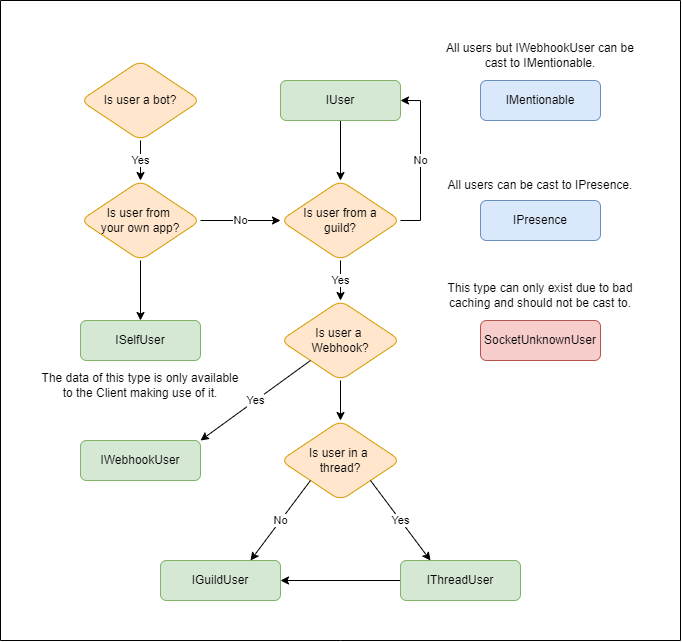
Before: docs/guides/entities/images/IUser.png, a diagram exported from draw.io (discord-net/Discord.Net). Source tidied: cells renumbered, new cells last; positions are measured from the earlier drawing's top-left corner, leaving out a move shared by most shapes.
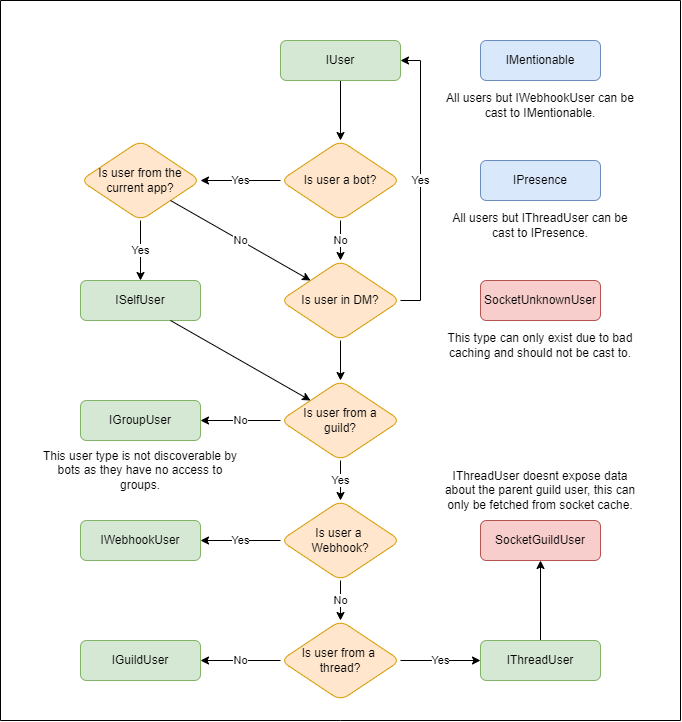
Later version of the same file.

Commit message:
Edits to user chart

Diff of the diagram source:
```diff
@@ -2,9 +2,9 @@
   <root>
     <mxCell id="0" />
     <mxCell id="1" parent="0" />
-    <mxCell id="2" style="edgeStyle=orthogonalEdgeStyle;rounded=0;jettySize=auto;html=1;" parent="1" edge="1" source="3" target="6">
-      <mxGeometry relative="1" as="geometry" />
-    </mxCell>
+    <mxCell id="34" style="edgeStyle=orthogonalEdgeStyle;rounded=0;jettySize=auto;html=1;" parent="1" edge="1" source="3" target="12">
+      <mxGeometry relative="1" as="geometry" />
+    </mxCell>
     <mxCell id="3" value="IUser" style="rounded=1;whiteSpace=wrap;html=1;fontSize=12;glass=0;strokeWidth=1;shadow=0;fillColor=#d5e8d4;strokeColor=#82b366;" parent="1" vertex="1">
       <mxGeometry x="280" y="80" width="120" height="40" as="geometry" />
     </mxCell>
@@ -14,11 +14,14 @@
     <mxCell id="5" value="Yes" style="edgeStyle=orthogonalEdgeStyle;rounded=0;jettySize=auto;html=1;" parent="1" edge="1" source="6" target="17">
       <mxGeometry relative="1" as="geometry" />
     </mxCell>
+    <mxCell id="35" value="No" style="edgeStyle=orthogonalEdgeStyle;rounded=0;jettySize=auto;html=1;" parent="1" edge="1" source="6" target="43">
+      <mxGeometry relative="1" as="geometry" />
+    </mxCell>
     <mxCell id="6" value="Is user from a&lt;br&gt;guild?" style="rhombus;whiteSpace=wrap;html=1;rounded=1;glass=0;strokeWidth=1;shadow=0;fillColor=#ffe6cc;strokeColor=#d79b00;" parent="1" vertex="1">
-      <mxGeometry x="280" y="180" width="120" height="80" as="geometry" />
+      <mxGeometry x="280" y="420" width="120" height="80" as="geometry" />
     </mxCell>
     <mxCell id="7" value="IGuildUser" style="whiteSpace=wrap;html=1;rounded=1;glass=0;strokeWidth=1;shadow=0;fillColor=#d5e8d4;strokeColor=#82b366;" parent="1" vertex="1">
-      <mxGeometry x="160" y="560" width="120" height="40" as="geometry" />
+      <mxGeometry x="80" y="680" width="120" height="40" as="geometry" />
     </mxCell>
     <mxCell id="8" value="ISelfUser" style="whiteSpace=wrap;html=1;rounded=1;glass=0;strokeWidth=1;shadow=0;fillColor=#d5e8d4;strokeColor=#82b366;" parent="1" vertex="1">
       <mxGeometry x="80" y="320" width="120" height="40" as="geometry" />
@@ -26,96 +29,113 @@
     <mxCell id="9" value="IPresence" style="rounded=1;whiteSpace=wrap;html=1;fontSize=12;glass=0;strokeWidth=1;shadow=0;fillColor=#dae8fc;strokeColor=#6c8ebf;" parent="1" vertex="1">
       <mxGeometry x="480" y="200" width="120" height="40" as="geometry" />
     </mxCell>
-    <mxCell id="10" value="No" style="edgeStyle=orthogonalEdgeStyle;rounded=0;jettySize=auto;html=1;entryX=1;entryY=0.5;entryDx=0;entryDy=0;exitX=1;exitY=0.5;exitDx=0;exitDy=0;" parent="1" edge="1" source="6" target="3">
-      <mxGeometry relative="1" as="geometry" />
-    </mxCell>
+    <mxCell id="36" value="No" style="edgeStyle=orthogonalEdgeStyle;rounded=0;jettySize=auto;html=1;" parent="1" edge="1" source="12" target="42">
+      <mxGeometry relative="1" as="geometry" />
+    </mxCell>
     <mxCell id="11" value="Yes" style="edgeStyle=orthogonalEdgeStyle;rounded=0;jettySize=auto;html=1;" parent="1" edge="1" source="12" target="15">
       <mxGeometry relative="1" as="geometry" />
     </mxCell>
     <mxCell id="12" value="Is user a bot?" style="rhombus;whiteSpace=wrap;html=1;rounded=1;glass=0;strokeWidth=1;shadow=0;fillColor=#ffe6cc;strokeColor=#d79b00;" parent="1" vertex="1">
-      <mxGeometry x="80" y="60" width="120" height="80" as="geometry" />
+      <mxGeometry x="280" y="180" width="120" height="80" as="geometry" />
     </mxCell>
-    <mxCell id="13" style="edgeStyle=orthogonalEdgeStyle;rounded=0;jettySize=auto;html=1;" parent="1" edge="1" source="15" target="8">
-      <mxGeometry relative="1" as="geometry">
-        <Array as="points">
-          <mxPoint x="140" y="220" />
-        </Array>
-      </mxGeometry>
+    <mxCell id="13" value="Yes" style="edgeStyle=orthogonalEdgeStyle;rounded=0;jettySize=auto;html=1;" parent="1" edge="1" source="15" target="8">
+      <mxGeometry relative="1" as="geometry" />
     </mxCell>
-    <mxCell id="14" value="No" style="edgeStyle=orthogonalEdgeStyle;rounded=0;jettySize=auto;html=1;" parent="1" edge="1" source="15" target="6">
-      <mxGeometry relative="1" as="geometry" />
-    </mxCell>
-    <mxCell id="15" value="Is user from &lt;br&gt;your own app?" style="rhombus;whiteSpace=wrap;html=1;rounded=1;glass=0;strokeWidth=1;shadow=0;fillColor=#ffe6cc;strokeColor=#d79b00;" parent="1" vertex="1">
+    <mxCell id="15" value="Is user from the current app?" style="rhombus;whiteSpace=wrap;html=1;rounded=1;glass=0;strokeWidth=1;shadow=0;fillColor=#ffe6cc;strokeColor=#d79b00;" parent="1" vertex="1">
       <mxGeometry x="80" y="180" width="120" height="80" as="geometry" />
     </mxCell>
+    <mxCell id="26" value="Yes" style="edgeStyle=orthogonalEdgeStyle;rounded=0;jettySize=auto;html=1;" parent="1" edge="1" source="17" target="18">
+      <mxGeometry relative="1" as="geometry" />
+    </mxCell>
-    <mxCell id="16" style="edgeStyle=orthogonalEdgeStyle;rounded=0;jettySize=auto;html=1;" parent="1" edge="1" source="17" target="31">
+    <mxCell id="16" value="No" style="edgeStyle=orthogonalEdgeStyle;rounded=0;jettySize=auto;html=1;" parent="1" edge="1" source="17" target="31">
       <mxGeometry relative="1" as="geometry" />
     </mxCell>
     <mxCell id="17" value="Is user a &lt;br&gt;Webhook?" style="rhombus;whiteSpace=wrap;html=1;rounded=1;glass=0;strokeWidth=1;shadow=0;fillColor=#ffe6cc;strokeColor=#d79b00;" parent="1" vertex="1">
-      <mxGeometry x="280" y="300" width="120" height="80" as="geometry" />
+      <mxGeometry x="280" y="540" width="120" height="80" as="geometry" />
     </mxCell>
     <mxCell id="18" value="IWebhookUser" style="whiteSpace=wrap;html=1;fillColor=#d5e8d4;strokeColor=#82b366;rounded=1;glass=0;strokeWidth=1;shadow=0;" parent="1" vertex="1">
-      <mxGeometry x="80" y="440" width="120" height="40" as="geometry" />
+      <mxGeometry x="80" y="560" width="120" height="40" as="geometry" />
     </mxCell>
     <mxCell id="19" value="All users but IWebhookUser can be cast to IMentionable." style="text;html=1;strokeColor=none;fillColor=none;align=center;verticalAlign=middle;whiteSpace=wrap;rounded=0;" parent="1" vertex="1">
-      <mxGeometry x="440" y="40" width="200" height="30" as="geometry" />
+      <mxGeometry x="440" y="130" width="200" height="30" as="geometry" />
     </mxCell>
-    <mxCell id="20" value="All users can be cast to IPresence." style="text;html=1;strokeColor=none;fillColor=none;align=center;verticalAlign=middle;whiteSpace=wrap;rounded=0;" parent="1" vertex="1">
-      <mxGeometry x="440" y="170" width="200" height="30" as="geometry" />
+    <mxCell id="20" value="All users but IThreadUser can be cast to IPresence." style="text;html=1;strokeColor=none;fillColor=none;align=center;verticalAlign=middle;whiteSpace=wrap;rounded=0;" parent="1" vertex="1">
+      <mxGeometry x="440" y="250" width="200" height="30" as="geometry" />
     </mxCell>
     <mxCell id="21" style="endArrow=none;html=1;rounded=0;" parent="1" edge="1">
       <mxGeometry relative="1" as="geometry">
-        <mxPoint as="sourcePoint" />
-        <mxPoint x="680" as="targetPoint" />
+        <mxPoint y="40" as="sourcePoint" />
+        <mxPoint x="680" y="40" as="targetPoint" />
       </mxGeometry>
     </mxCell>
     <mxCell id="22" style="endArrow=none;html=1;rounded=0;" parent="1" edge="1">
       <mxGeometry relative="1" as="geometry">
-        <mxPoint x="680" y="640" as="sourcePoint" />
-        <mxPoint x="680" as="targetPoint" />
+        <mxPoint x="680" y="760" as="sourcePoint" />
+        <mxPoint x="680" y="40" as="targetPoint" />
       </mxGeometry>
     </mxCell>
     <mxCell id="23" style="endArrow=none;html=1;rounded=0;" parent="1" edge="1">
       <mxGeometry relative="1" as="geometry">
-        <mxPoint y="640" as="sourcePoint" />
-        <mxPoint x="680" y="640" as="targetPoint" />
+        <mxPoint y="760" as="sourcePoint" />
+        <mxPoint x="680" y="760" as="targetPoint" />
         <Array as="points">
-          <mxPoint x="340" y="640" />
+          <mxPoint x="340" y="760" />
         </Array>
       </mxGeometry>
     </mxCell>
     <mxCell id="24" style="endArrow=none;html=1;rounded=0;" parent="1" edge="1">
       <mxGeometry relative="1" as="geometry">
-        <mxPoint as="sourcePoint" />
-        <mxPoint y="640" as="targetPoint" />
+        <mxPoint y="40" as="sourcePoint" />
+        <mxPoint y="760" as="targetPoint" />
       </mxGeometry>
     </mxCell>
-    <mxCell id="25" value="The data of this type is only available to the Client making use of it." style="text;html=1;strokeColor=none;fillColor=none;align=center;verticalAlign=middle;whiteSpace=wrap;rounded=0;" parent="1" vertex="1">
-      <mxGeometry x="40" y="370" width="200" height="30" as="geometry" />
-    </mxCell>
-    <mxCell id="26" value="Yes" style="endArrow=classic;html=1;rounded=0;entryX=1;entryY=0;entryDx=0;entryDy=0;exitX=0;exitY=1;exitDx=0;exitDy=0;" parent="1" edge="1" source="17" target="18">
-      <mxGeometry relative="1" as="geometry" />
-    </mxCell>
     <mxCell id="27" value="SocketUnknownUser" style="rounded=1;whiteSpace=wrap;html=1;fillColor=#f8cecc;strokeColor=#b85450;" parent="1" vertex="1">
       <mxGeometry x="480" y="320" width="120" height="40" as="geometry" />
     </mxCell>
     <mxCell id="28" value="This type can only exist due to bad caching and should not be cast to." style="text;html=1;strokeColor=none;fillColor=none;align=center;verticalAlign=middle;whiteSpace=wrap;rounded=0;" parent="1" vertex="1">
-      <mxGeometry x="440" y="280" width="200" height="30" as="geometry" />
+      <mxGeometry x="440" y="370" width="200" height="30" as="geometry" />
     </mxCell>
-    <mxCell id="29" style="edgeStyle=orthogonalEdgeStyle;rounded=0;jettySize=auto;html=1;" parent="1" edge="1" source="30" target="7">
-      <mxGeometry relative="1" as="geometry" />
-    </mxCell>
+    <mxCell id="37" style="edgeStyle=orthogonalEdgeStyle;rounded=0;jettySize=auto;html=1;" parent="1" edge="1" source="30" target="38">
+      <mxGeometry relative="1" as="geometry" />
+    </mxCell>
     <mxCell id="30" value="IThreadUser" style="rounded=1;whiteSpace=wrap;html=1;fillColor=#d5e8d4;strokeColor=#82b366;" parent="1" vertex="1">
-      <mxGeometry x="400" y="560" width="120" height="40" as="geometry" />
+      <mxGeometry x="480" y="680" width="120" height="40" as="geometry" />
     </mxCell>
-    <mxCell id="31" value="Is user in a &lt;br&gt;thread?" style="rhombus;whiteSpace=wrap;html=1;rounded=1;glass=0;strokeWidth=1;shadow=0;fillColor=#ffe6cc;strokeColor=#d79b00;" parent="1" vertex="1">
-      <mxGeometry x="280" y="420" width="120" height="80" as="geometry" />
-    </mxCell>
-    <mxCell id="32" value="Yes" style="endArrow=classic;html=1;rounded=0;entryX=0.25;entryY=0;entryDx=0;entryDy=0;exitX=1;exitY=1;exitDx=0;exitDy=0;" parent="1" edge="1" source="31" target="30">
+    <mxCell id="32" value="Yes" style="edgeStyle=orthogonalEdgeStyle;rounded=0;jettySize=auto;html=1;" parent="1" edge="1" source="31" target="30">
       <mxGeometry relative="1" as="geometry" />
     </mxCell>
-    <mxCell id="33" value="No" style="endArrow=classic;html=1;rounded=0;entryX=0.75;entryY=0;entryDx=0;entryDy=0;exitX=0;exitY=1;exitDx=0;exitDy=0;" parent="1" edge="1" source="31" target="7">
+    <mxCell id="33" value="No" style="edgeStyle=orthogonalEdgeStyle;rounded=0;jettySize=auto;html=1;" parent="1" edge="1" source="31" target="7">
       <mxGeometry relative="1" as="geometry" />
     </mxCell>
+    <mxCell id="31" value="Is user from a &lt;br&gt;thread?" style="rhombus;whiteSpace=wrap;html=1;rounded=1;glass=0;strokeWidth=1;shadow=0;fillColor=#ffe6cc;strokeColor=#d79b00;" parent="1" vertex="1">
+      <mxGeometry x="280" y="660" width="120" height="80" as="geometry" />
+    </mxCell>
+    <mxCell id="38" value="SocketGuildUser" style="rounded=1;whiteSpace=wrap;html=1;fillColor=#f8cecc;strokeColor=#b85450;" parent="1" vertex="1">
+      <mxGeometry x="480" y="560" width="120" height="40" as="geometry" />
+    </mxCell>
+    <mxCell id="39" value="IThreadUser doesnt expose data about the parent guild user, this can only be fetched from socket cache." style="text;html=1;strokeColor=none;fillColor=none;align=center;verticalAlign=middle;whiteSpace=wrap;rounded=0;" parent="1" vertex="1">
+      <mxGeometry x="440" y="510" width="200" height="40" as="geometry" />
+    </mxCell>
+    <mxCell id="40" value="Yes" style="edgeStyle=orthogonalEdgeStyle;rounded=0;jettySize=auto;html=1;exitX=1;exitY=0.5;exitDx=0;exitDy=0;entryX=1;entryY=0.5;entryDx=0;entryDy=0;" parent="1" edge="1" source="42" target="3">
+      <mxGeometry relative="1" as="geometry" />
+    </mxCell>
+    <mxCell id="41" style="edgeStyle=orthogonalEdgeStyle;rounded=0;jettySize=auto;html=1;" parent="1" edge="1" source="42" target="6">
+      <mxGeometry relative="1" as="geometry" />
+    </mxCell>
+    <mxCell id="42" value="Is user in DM?" style="rhombus;whiteSpace=wrap;html=1;rounded=1;glass=0;strokeWidth=1;shadow=0;fillColor=#ffe6cc;strokeColor=#d79b00;" parent="1" vertex="1">
+      <mxGeometry x="280" y="300" width="120" height="80" as="geometry" />
+    </mxCell>
+    <mxCell id="43" value="IGroupUser" style="whiteSpace=wrap;html=1;fillColor=#d5e8d4;strokeColor=#82b366;rounded=1;glass=0;strokeWidth=1;shadow=0;" parent="1" vertex="1">
+      <mxGeometry x="80" y="440" width="120" height="40" as="geometry" />
+    </mxCell>
+    <mxCell id="44" value="This user type is not discoverable by bots as they have no access to groups." style="text;html=1;strokeColor=none;fillColor=none;align=center;verticalAlign=middle;whiteSpace=wrap;rounded=0;" parent="1" vertex="1">
+      <mxGeometry x="40" y="490" width="200" height="40" as="geometry" />
+    </mxCell>
+    <mxCell id="45" value="No" style="endArrow=classic;html=1;rounded=0;exitX=1;exitY=1;exitDx=0;exitDy=0;entryX=0;entryY=0;entryDx=0;entryDy=0;" parent="1" edge="1" source="15" target="42">
+      <mxGeometry relative="1" as="geometry" />
+    </mxCell>
+    <mxCell id="46" style="endArrow=classic;html=1;rounded=0;entryX=0;entryY=0;entryDx=0;entryDy=0;exitX=0.75;exitY=1;exitDx=0;exitDy=0;" parent="1" edge="1" source="8" target="6">
+      <mxGeometry relative="1" as="geometry" />
+    </mxCell>
   </root>
 </mxGraphModel>
```
